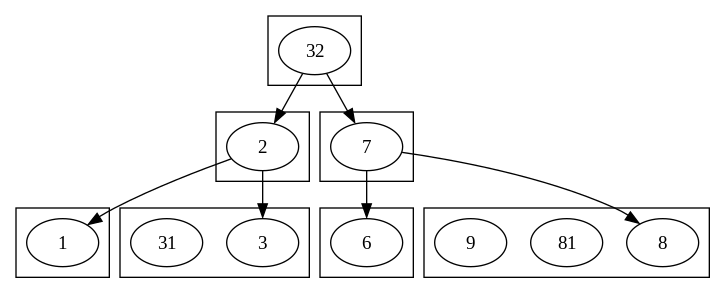
Above: lab4/lab4b/tree.png in Danielnotuser/Aisd (Graphviz), before the change. Its source is kept beside it as lab4/lab4b/tree.dot. Source of this version:
```dot
digraph Tree {
subgraph cluster_32 {
"32";
}
"32"->"2";
subgraph cluster_2 {
"2";
}
"2"->"1";
subgraph cluster_1 {
"1";
}
"2"->"3";
subgraph cluster_3 {
"3"; "31";
}
"32"->"7";
subgraph cluster_7 {
"7";
}
"7"->"6";
subgraph cluster_6 {
"6";
}
"7"->"8";
subgraph cluster_8 {
"8"; "81"; "9";
}
}
```
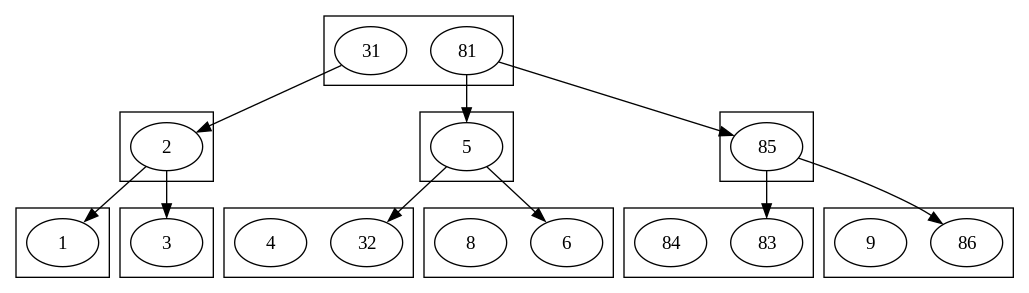
Above is the later version.

Change to the diagram source:
```diff
@@ -1,8 +1,8 @@
 digraph Tree {
-subgraph cluster_32 {
-"32";
+subgraph cluster_31 {
+"31"; "81";
 }
-"32"->"2";
+"31"->"2";
 subgraph cluster_2 {
 "2";
 }
@@ -12,18 +12,30 @@
 }
 "2"->"3";
 subgraph cluster_3 {
-"3"; "31";
+"3";
 }
-"32"->"7";
-subgraph cluster_7 {
-"7";
+"81"->"5";
+subgraph cluster_5 {
+"5";
 }
-"7"->"6";
+"5"->"32";
+subgraph cluster_32 {
+"32"; "4";
+}
+"5"->"6";
 subgraph cluster_6 {
-"6";
+"6"; "8";
 }
-"7"->"8";
-subgraph cluster_8 {
-"8"; "81"; "9";
+"81"->"85";
+subgraph cluster_85 {
+"85";
+}
+"85"->"83";
+subgraph cluster_83 {
+"83"; "84";
+}
+"85"->"86";
+subgraph cluster_86 {
+"86"; "9";
 }
 }
```
